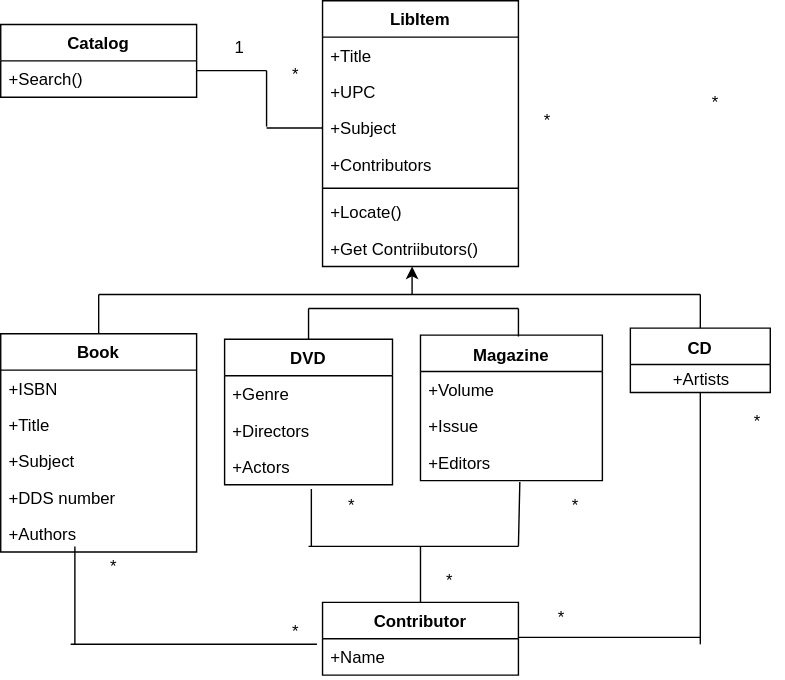
Above: OOP_3x/images/01/svg/30A.svg in stan-alam/Python (draw.io), before the change. Source tidied: cells renumbered, new cells last; positions are measured from the earlier drawing's top-left corner, leaving out a move shared by most shapes. Its diagram source:
```xml
<mxGraphModel>
  <root>
    <mxCell id="0" />
    <mxCell id="1" parent="0" />
    <mxCell id="2" value="LibItem" style="swimlane;fontStyle=1;horizontal=1;startSize=26;fillColor=none;" parent="1" vertex="1">
      <mxGeometry x="230" width="140" height="190" as="geometry" />
    </mxCell>
    <mxCell id="3" value="+Title" style="text;strokeColor=none;fillColor=none;align=left;verticalAlign=top;spacingLeft=4;spacingRight=4;overflow=hidden;" parent="2" vertex="1">
      <mxGeometry y="26" width="140" height="26" as="geometry" />
    </mxCell>
    <mxCell id="4" value="+UPC" style="text;strokeColor=none;fillColor=none;align=left;verticalAlign=top;spacingLeft=4;spacingRight=4;overflow=hidden;" parent="2" vertex="1">
      <mxGeometry y="52" width="140" height="26" as="geometry" />
    </mxCell>
    <mxCell id="5" value="+Subject" style="text;strokeColor=none;fillColor=none;align=left;verticalAlign=top;spacingLeft=4;spacingRight=4;overflow=hidden;points=[[0,0.5],[1,0.5]];portConstraint=eastwest;" parent="2" vertex="1">
      <mxGeometry y="78" width="140" height="26" as="geometry" />
    </mxCell>
    <mxCell id="6" value="+Contributors" style="text;strokeColor=none;fillColor=none;align=left;verticalAlign=top;spacingLeft=4;spacingRight=4;overflow=hidden;" parent="2" vertex="1">
      <mxGeometry y="104" width="140" height="26" as="geometry" />
    </mxCell>
    <mxCell id="7" style="line;strokeWidth=1;fillColor=none;align=left;verticalAlign=middle;spacingTop=-1;spacingLeft=3;spacingRight=3;labelPosition=right;" parent="2" vertex="1">
      <mxGeometry y="130" width="140" height="8" as="geometry" />
    </mxCell>
    <mxCell id="8" value="+Locate()" style="text;strokeColor=none;fillColor=none;align=left;verticalAlign=top;spacingLeft=4;spacingRight=4;overflow=hidden;" parent="2" vertex="1">
      <mxGeometry y="138" width="140" height="26" as="geometry" />
    </mxCell>
    <mxCell id="9" style="endArrow=classic;html=1;entryX=0.457;entryY=1;entryDx=0;entryDy=0;entryPerimeter=0;" parent="2" edge="1" target="10">
      <mxGeometry relative="1" as="geometry">
        <mxPoint x="64" y="210" as="sourcePoint" />
      </mxGeometry>
    </mxCell>
    <mxCell id="10" value="+Get Contriibutors()" style="text;strokeColor=none;fillColor=none;align=left;verticalAlign=top;spacingLeft=4;spacingRight=4;overflow=hidden;points=[[0,0.5],[1,0.5]];portConstraint=eastwest;" parent="2" vertex="1">
      <mxGeometry y="164" width="140" height="26" as="geometry" />
    </mxCell>
    <mxCell id="11" value="Catalog" style="swimlane;fontStyle=1;horizontal=1;startSize=26;fillColor=none;" parent="1" vertex="1">
      <mxGeometry y="17" width="140" height="52" as="geometry" />
    </mxCell>
    <mxCell id="12" value="+Search()" style="text;strokeColor=none;fillColor=none;align=left;verticalAlign=top;spacingLeft=4;spacingRight=4;overflow=hidden;" parent="11" vertex="1">
      <mxGeometry y="26" width="140" height="26" as="geometry" />
    </mxCell>
    <mxCell id="13" value="Contributor" style="swimlane;fontStyle=1;horizontal=1;startSize=26;fillColor=none;" parent="1" vertex="1">
      <mxGeometry x="230" y="430" width="140" height="52" as="geometry" />
    </mxCell>
    <mxCell id="14" value="+Name" style="text;strokeColor=none;fillColor=none;align=left;verticalAlign=top;spacingLeft=4;spacingRight=4;overflow=hidden;points=[[0,0.5],[1,0.5]];portConstraint=eastwest;" parent="13" vertex="1">
      <mxGeometry y="26" width="140" height="26" as="geometry" />
    </mxCell>
    <mxCell id="15" value="Book" style="swimlane;fontStyle=1;horizontal=1;startSize=26;fillColor=none;" parent="1" vertex="1">
      <mxGeometry y="238" width="140" height="156" as="geometry" />
    </mxCell>
    <mxCell id="16" value="+ISBN" style="text;strokeColor=none;fillColor=none;align=left;verticalAlign=top;spacingLeft=4;spacingRight=4;overflow=hidden;" parent="15" vertex="1">
      <mxGeometry y="26" width="140" height="26" as="geometry" />
    </mxCell>
    <mxCell id="17" value="+Title" style="text;strokeColor=none;fillColor=none;align=left;verticalAlign=top;spacingLeft=4;spacingRight=4;overflow=hidden;" parent="15" vertex="1">
      <mxGeometry y="52" width="140" height="26" as="geometry" />
    </mxCell>
    <mxCell id="18" value="+Subject" style="text;strokeColor=none;fillColor=none;align=left;verticalAlign=top;spacingLeft=4;spacingRight=4;overflow=hidden;" parent="15" vertex="1">
      <mxGeometry y="78" width="140" height="26" as="geometry" />
    </mxCell>
    <mxCell id="19" value="+DDS number" style="text;strokeColor=none;fillColor=none;align=left;verticalAlign=top;spacingLeft=4;spacingRight=4;overflow=hidden;" parent="15" vertex="1">
      <mxGeometry y="104" width="140" height="26" as="geometry" />
    </mxCell>
    <mxCell id="20" value="+Authors" style="text;strokeColor=none;fillColor=none;align=left;verticalAlign=top;spacingLeft=4;spacingRight=4;overflow=hidden;points=[[0,0.5],[1,0.5]];portConstraint=eastwest;" parent="15" vertex="1">
      <mxGeometry y="130" width="140" height="26" as="geometry" />
    </mxCell>
    <mxCell id="21" value="DVD" style="swimlane;fontStyle=1;horizontal=1;startSize=26;fillColor=none;" parent="1" vertex="1">
      <mxGeometry x="160" y="242" width="120" height="104" as="geometry" />
    </mxCell>
    <mxCell id="22" value="+Genre" style="text;strokeColor=none;fillColor=none;align=left;verticalAlign=top;spacingLeft=4;spacingRight=4;overflow=hidden;" parent="21" vertex="1">
      <mxGeometry y="26" width="120" height="26" as="geometry" />
    </mxCell>
    <mxCell id="23" value="+Directors" style="text;strokeColor=none;fillColor=none;align=left;verticalAlign=top;spacingLeft=4;spacingRight=4;overflow=hidden;" parent="21" vertex="1">
      <mxGeometry y="52" width="120" height="26" as="geometry" />
    </mxCell>
    <mxCell id="24" value="+Actors" style="text;strokeColor=none;fillColor=none;align=left;verticalAlign=top;spacingLeft=4;spacingRight=4;overflow=hidden;points=[[0,0.5],[1,0.5]];portConstraint=eastwest;" parent="21" vertex="1">
      <mxGeometry y="78" width="120" height="26" as="geometry" />
    </mxCell>
    <mxCell id="25" value="Magazine" style="swimlane;fontStyle=1;align=center;verticalAlign=top;horizontal=1;startSize=26;" parent="1" vertex="1">
      <mxGeometry x="300" y="239" width="130" height="104" as="geometry" />
    </mxCell>
    <mxCell id="26" value="+Volume" style="text;strokeColor=none;fillColor=none;align=left;verticalAlign=top;spacingLeft=4;spacingRight=4;overflow=hidden;" parent="25" vertex="1">
      <mxGeometry y="26" width="130" height="26" as="geometry" />
    </mxCell>
    <mxCell id="27" value="+Issue" style="text;strokeColor=none;fillColor=none;align=left;verticalAlign=top;spacingLeft=4;spacingRight=4;overflow=hidden;" parent="25" vertex="1">
      <mxGeometry y="52" width="130" height="26" as="geometry" />
    </mxCell>
    <mxCell id="28" value="+Editors" style="text;strokeColor=none;fillColor=none;align=left;verticalAlign=top;spacingLeft=4;spacingRight=4;overflow=hidden;points=[[0,0.5],[1,0.5]];portConstraint=eastwest;" parent="25" vertex="1">
      <mxGeometry y="78" width="130" height="26" as="geometry" />
    </mxCell>
    <mxCell id="29" value="CD" style="swimlane;fontStyle=1;align=center;verticalAlign=top;horizontal=1;startSize=26;" parent="1" vertex="1">
      <mxGeometry x="450" y="234" width="100" height="46" as="geometry" />
    </mxCell>
    <mxCell id="30" value="+Artists" style="text;html=1;strokeColor=none;fillColor=none;align=center;verticalAlign=middle;whiteSpace=wrap;rounded=0;" parent="29" vertex="1">
      <mxGeometry y="26" width="100" height="20" as="geometry" />
    </mxCell>
    <mxCell id="31" style="endArrow=none;html=1;" parent="1" edge="1">
      <mxGeometry relative="1" as="geometry">
        <mxPoint x="70" y="210" as="sourcePoint" />
        <mxPoint x="500" y="210" as="targetPoint" />
      </mxGeometry>
    </mxCell>
    <mxCell id="32" style="endArrow=none;html=1;" parent="1" edge="1">
      <mxGeometry relative="1" as="geometry">
        <mxPoint x="140" y="50" as="sourcePoint" />
        <mxPoint x="190" y="50" as="targetPoint" />
      </mxGeometry>
    </mxCell>
    <mxCell id="33" style="endArrow=none;html=1;entryX=0;entryY=0.5;entryDx=0;entryDy=0;" parent="1" edge="1" target="5">
      <mxGeometry relative="1" as="geometry">
        <mxPoint x="190" y="91" as="sourcePoint" />
      </mxGeometry>
    </mxCell>
    <mxCell id="34" style="endArrow=none;html=1;" parent="1" edge="1">
      <mxGeometry relative="1" as="geometry">
        <mxPoint x="190" y="50" as="sourcePoint" />
        <mxPoint x="190" y="90" as="targetPoint" />
      </mxGeometry>
    </mxCell>
    <mxCell id="35" style="endArrow=none;html=1;exitX=0.5;exitY=0;exitDx=0;exitDy=0;" parent="1" edge="1" source="15">
      <mxGeometry relative="1" as="geometry">
        <mxPoint x="70" y="210" as="targetPoint" />
      </mxGeometry>
    </mxCell>
    <mxCell id="36" style="endArrow=none;html=1;exitX=0.5;exitY=0;exitDx=0;exitDy=0;" parent="1" edge="1" source="29">
      <mxGeometry relative="1" as="geometry">
        <mxPoint x="500" y="210" as="targetPoint" />
      </mxGeometry>
    </mxCell>
    <mxCell id="37" style="endArrow=none;html=1;exitX=0.5;exitY=0;exitDx=0;exitDy=0;" parent="1" edge="1" source="21">
      <mxGeometry relative="1" as="geometry">
        <mxPoint x="220" y="220" as="targetPoint" />
      </mxGeometry>
    </mxCell>
    <mxCell id="38" style="endArrow=none;html=1;" parent="1" edge="1">
      <mxGeometry relative="1" as="geometry">
        <mxPoint x="220" y="220" as="sourcePoint" />
        <mxPoint x="370" y="220" as="targetPoint" />
      </mxGeometry>
    </mxCell>
    <mxCell id="39" style="endArrow=none;html=1;" parent="1" edge="1">
      <mxGeometry relative="1" as="geometry">
        <mxPoint x="370" y="240" as="sourcePoint" />
        <mxPoint x="370" y="220" as="targetPoint" />
      </mxGeometry>
    </mxCell>
    <mxCell id="40" value="1" style="text;html=1;strokeColor=none;fillColor=none;align=center;verticalAlign=middle;whiteSpace=wrap;rounded=0;" parent="1" vertex="1">
      <mxGeometry x="150" y="23" width="40" height="20" as="geometry" />
    </mxCell>
    <mxCell id="41" value="*" style="text;html=1;strokeColor=none;fillColor=none;align=center;verticalAlign=middle;whiteSpace=wrap;rounded=0;" parent="1" vertex="1">
      <mxGeometry x="370" y="75" width="40" height="20" as="geometry" />
    </mxCell>
    <mxCell id="42" value="*" style="text;html=1;strokeColor=none;fillColor=none;align=center;verticalAlign=middle;whiteSpace=wrap;rounded=0;" parent="1" vertex="1">
      <mxGeometry x="490" y="62" width="40" height="20" as="geometry" />
    </mxCell>
    <mxCell id="43" style="endArrow=none;html=1;entryX=0.379;entryY=0.846;entryDx=0;entryDy=0;entryPerimeter=0;" parent="1" edge="1" target="20">
      <mxGeometry relative="1" as="geometry">
        <mxPoint x="53" y="460" as="sourcePoint" />
      </mxGeometry>
    </mxCell>
    <mxCell id="44" style="endArrow=none;html=1;entryX=-0.029;entryY=0.154;entryDx=0;entryDy=0;entryPerimeter=0;" parent="1" edge="1" target="14">
      <mxGeometry relative="1" as="geometry">
        <mxPoint x="50" y="460" as="sourcePoint" />
      </mxGeometry>
    </mxCell>
    <mxCell id="45" style="endArrow=none;html=1;" parent="1" edge="1">
      <mxGeometry relative="1" as="geometry">
        <mxPoint x="370" y="455" as="sourcePoint" />
        <mxPoint x="500" y="455" as="targetPoint" />
      </mxGeometry>
    </mxCell>
    <mxCell id="46" style="endArrow=none;html=1;" parent="1" edge="1" source="30">
      <mxGeometry relative="1" as="geometry">
        <mxPoint x="500" y="460" as="targetPoint" />
      </mxGeometry>
    </mxCell>
    <mxCell id="47" style="endArrow=none;html=1;entryX=0.517;entryY=1.115;entryDx=0;entryDy=0;entryPerimeter=0;" parent="1" edge="1" target="24">
      <mxGeometry relative="1" as="geometry">
        <mxPoint x="222" y="390" as="sourcePoint" />
      </mxGeometry>
    </mxCell>
    <mxCell id="48" style="endArrow=none;html=1;" parent="1" edge="1">
      <mxGeometry relative="1" as="geometry">
        <mxPoint x="220" y="390" as="sourcePoint" />
        <mxPoint x="370" y="390" as="targetPoint" />
      </mxGeometry>
    </mxCell>
    <mxCell id="49" style="endArrow=none;html=1;entryX=0.546;entryY=1.038;entryDx=0;entryDy=0;entryPerimeter=0;" parent="1" edge="1" target="28">
      <mxGeometry relative="1" as="geometry">
        <mxPoint x="370" y="390" as="sourcePoint" />
      </mxGeometry>
    </mxCell>
    <mxCell id="50" style="endArrow=none;html=1;exitX=0.5;exitY=0;exitDx=0;exitDy=0;" parent="1" edge="1" source="13">
      <mxGeometry relative="1" as="geometry">
        <mxPoint x="300" y="390" as="targetPoint" />
      </mxGeometry>
    </mxCell>
    <mxCell id="51" value="*" style="text;html=1;strokeColor=none;fillColor=none;align=center;verticalAlign=middle;whiteSpace=wrap;rounded=0;" parent="1" vertex="1">
      <mxGeometry x="60" y="394" width="40" height="20" as="geometry" />
    </mxCell>
    <mxCell id="52" value="*" style="text;html=1;strokeColor=none;fillColor=none;align=center;verticalAlign=middle;whiteSpace=wrap;rounded=0;" parent="1" vertex="1">
      <mxGeometry x="190" y="42" width="40" height="20" as="geometry" />
    </mxCell>
    <mxCell id="53" value="*" style="text;html=1;strokeColor=none;fillColor=none;align=center;verticalAlign=middle;whiteSpace=wrap;rounded=0;" parent="1" vertex="1">
      <mxGeometry x="520" y="290" width="40" height="20" as="geometry" />
    </mxCell>
    <mxCell id="54" value="*" style="text;html=1;strokeColor=none;fillColor=none;align=center;verticalAlign=middle;whiteSpace=wrap;rounded=0;" parent="1" vertex="1">
      <mxGeometry x="390" y="350" width="40" height="20" as="geometry" />
    </mxCell>
    <mxCell id="55" value="*" style="text;html=1;strokeColor=none;fillColor=none;align=center;verticalAlign=middle;whiteSpace=wrap;rounded=0;" parent="1" vertex="1">
      <mxGeometry x="230" y="350" width="40" height="20" as="geometry" />
    </mxCell>
    <mxCell id="56" value="*" style="text;html=1;strokeColor=none;fillColor=none;align=center;verticalAlign=middle;whiteSpace=wrap;rounded=0;" parent="1" vertex="1">
      <mxGeometry x="190" y="440" width="40" height="20" as="geometry" />
    </mxCell>
    <mxCell id="57" value="*" style="text;html=1;strokeColor=none;fillColor=none;align=center;verticalAlign=middle;whiteSpace=wrap;rounded=0;" parent="1" vertex="1">
      <mxGeometry x="300" y="404" width="40" height="20" as="geometry" />
    </mxCell>
    <mxCell id="58" value="*" style="text;html=1;strokeColor=none;fillColor=none;align=center;verticalAlign=middle;whiteSpace=wrap;rounded=0;" parent="1" vertex="1">
      <mxGeometry x="380" y="430" width="40" height="20" as="geometry" />
    </mxCell>
  </root>
</mxGraphModel>
```
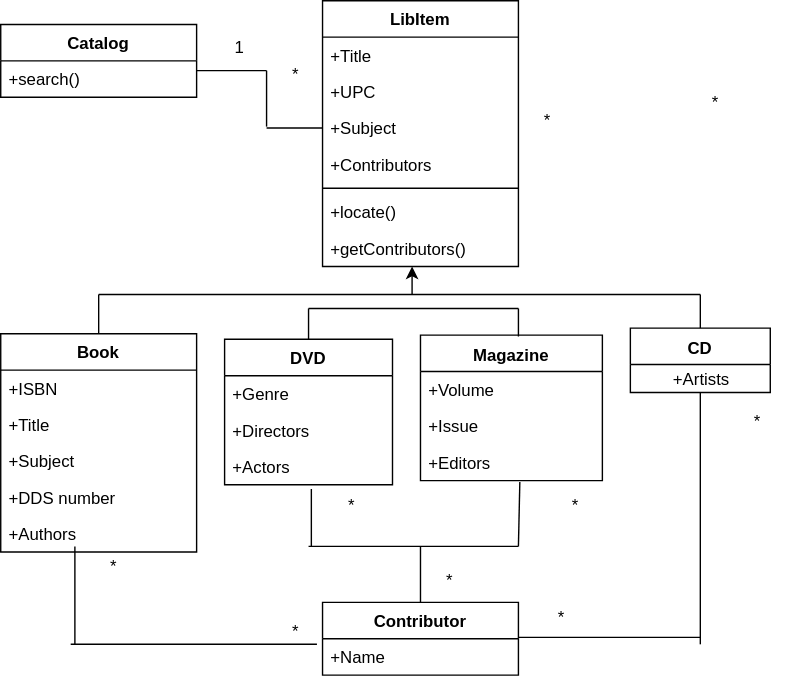
The same diagram one commit later.

Commit message:
30A class LibItem { getContributors() locate() }, class Catalog { search() }

The edit, as a diff of the source:
```diff
@@ -20,7 +20,7 @@
     <mxCell id="7" style="line;strokeWidth=1;fillColor=none;align=left;verticalAlign=middle;spacingTop=-1;spacingLeft=3;spacingRight=3;labelPosition=right;" parent="2" vertex="1">
       <mxGeometry y="130" width="140" height="8" as="geometry" />
     </mxCell>
-    <mxCell id="8" value="+Locate()" style="text;strokeColor=none;fillColor=none;align=left;verticalAlign=top;spacingLeft=4;spacingRight=4;overflow=hidden;" parent="2" vertex="1">
+    <mxCell id="8" value="+locate()" style="text;strokeColor=none;fillColor=none;align=left;verticalAlign=top;spacingLeft=4;spacingRight=4;overflow=hidden;" parent="2" vertex="1">
       <mxGeometry y="138" width="140" height="26" as="geometry" />
     </mxCell>
     <mxCell id="9" style="endArrow=classic;html=1;entryX=0.457;entryY=1;entryDx=0;entryDy=0;entryPerimeter=0;" parent="2" edge="1" target="10">
@@ -28,13 +28,13 @@
         <mxPoint x="64" y="210" as="sourcePoint" />
       </mxGeometry>
     </mxCell>
-    <mxCell id="10" value="+Get Contriibutors()" style="text;strokeColor=none;fillColor=none;align=left;verticalAlign=top;spacingLeft=4;spacingRight=4;overflow=hidden;points=[[0,0.5],[1,0.5]];portConstraint=eastwest;" parent="2" vertex="1">
+    <mxCell id="10" value="+getContributors()" style="text;strokeColor=none;fillColor=none;align=left;verticalAlign=top;spacingLeft=4;spacingRight=4;overflow=hidden;points=[[0,0.5],[1,0.5]];portConstraint=eastwest;" parent="2" vertex="1">
       <mxGeometry y="164" width="140" height="26" as="geometry" />
     </mxCell>
     <mxCell id="11" value="Catalog" style="swimlane;fontStyle=1;horizontal=1;startSize=26;fillColor=none;" parent="1" vertex="1">
       <mxGeometry y="17" width="140" height="52" as="geometry" />
     </mxCell>
-    <mxCell id="12" value="+Search()" style="text;strokeColor=none;fillColor=none;align=left;verticalAlign=top;spacingLeft=4;spacingRight=4;overflow=hidden;" parent="11" vertex="1">
+    <mxCell id="12" value="+search()" style="text;strokeColor=none;fillColor=none;align=left;verticalAlign=top;spacingLeft=4;spacingRight=4;overflow=hidden;" parent="11" vertex="1">
       <mxGeometry y="26" width="140" height="26" as="geometry" />
     </mxCell>
     <mxCell id="13" value="Contributor" style="swimlane;fontStyle=1;horizontal=1;startSize=26;fillColor=none;" parent="1" vertex="1">
```
